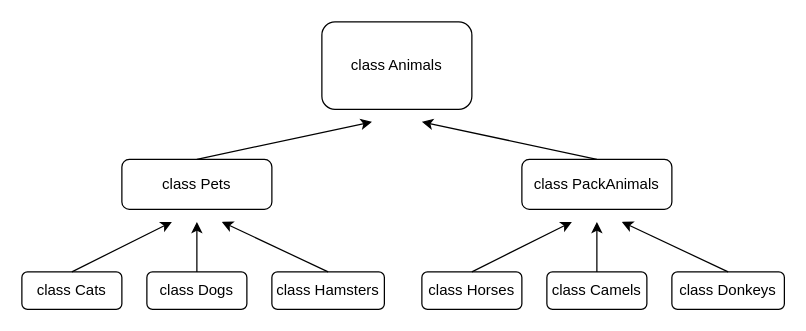
Earlier version of the draw.io diagram Block_2/img/Диаграмма без названия-4.drawio (Pro100Paladin/Final-control-work-on-the-specialization-block). Source tidied: cells renumbered, new cells numbered last; positions are measured from the earlier drawing's top-left corner, leaving out a move shared by most shapes. Both pictures are drawn from the tidied source at 125%, with x=0, y=0 at pixel (21, 21).
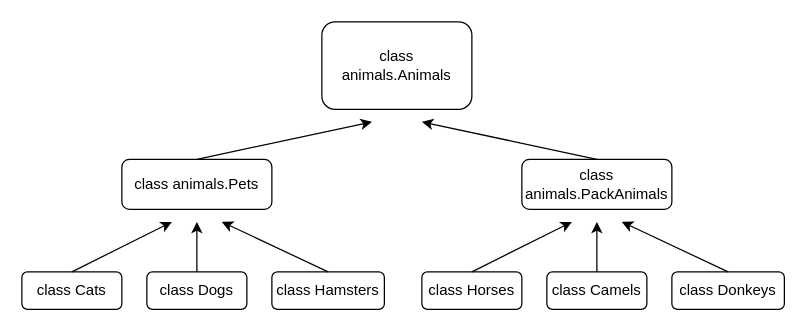
The same diagram, later.

Change to the diagram source:
```diff
@@
-    <mxCell id="2" value="class Animals" style="rounded=1;whiteSpace=wrap;html=1;" parent="1" vertex="1">
+    <mxCell id="2" value="class animals.Animals" style="rounded=1;whiteSpace=wrap;html=1;" parent="1" vertex="1">
       <mxGeometry x="240" width="120" height="70" as="geometry" />
     </mxCell>
-    <mxCell id="3" value="class Pets" style="rounded=1;whiteSpace=wrap;html=1;" parent="1" vertex="1">
+    <mxCell id="3" value="class animals.Pets" style="rounded=1;whiteSpace=wrap;html=1;" parent="1" vertex="1">
       <mxGeometry x="80" y="110" width="120" height="40" as="geometry" />
     </mxCell>
-    <mxCell id="4" value="class PackAnimals" style="rounded=1;whiteSpace=wrap;html=1;" parent="1" vertex="1">
+    <mxCell id="4" value="class animals.PackAnimals" style="rounded=1;whiteSpace=wrap;html=1;" parent="1" vertex="1">
       <mxGeometry x="400" y="110" width="120" height="40" as="geometry" />
     </mxCell>
```
